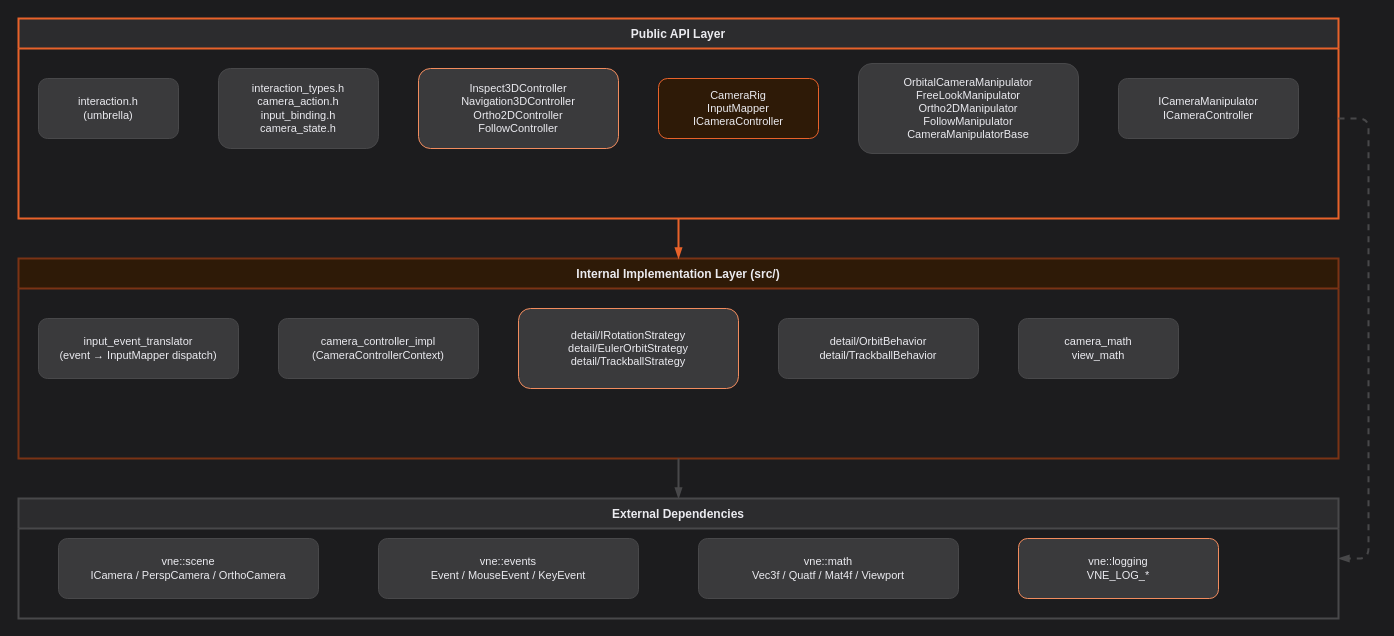
Earlier version of the draw.io diagram docs/vertexnova/interaction/diagrams/component.drawio (vertexnova/vneinteraction). Source tidied: cells renumbered, new cells numbered last; positions are measured from the earlier drawing's top-left corner, leaving out a move shared by most shapes. Both pictures are drawn from the tidied source at 100%, with x=0, y=0 at pixel (18, 18).
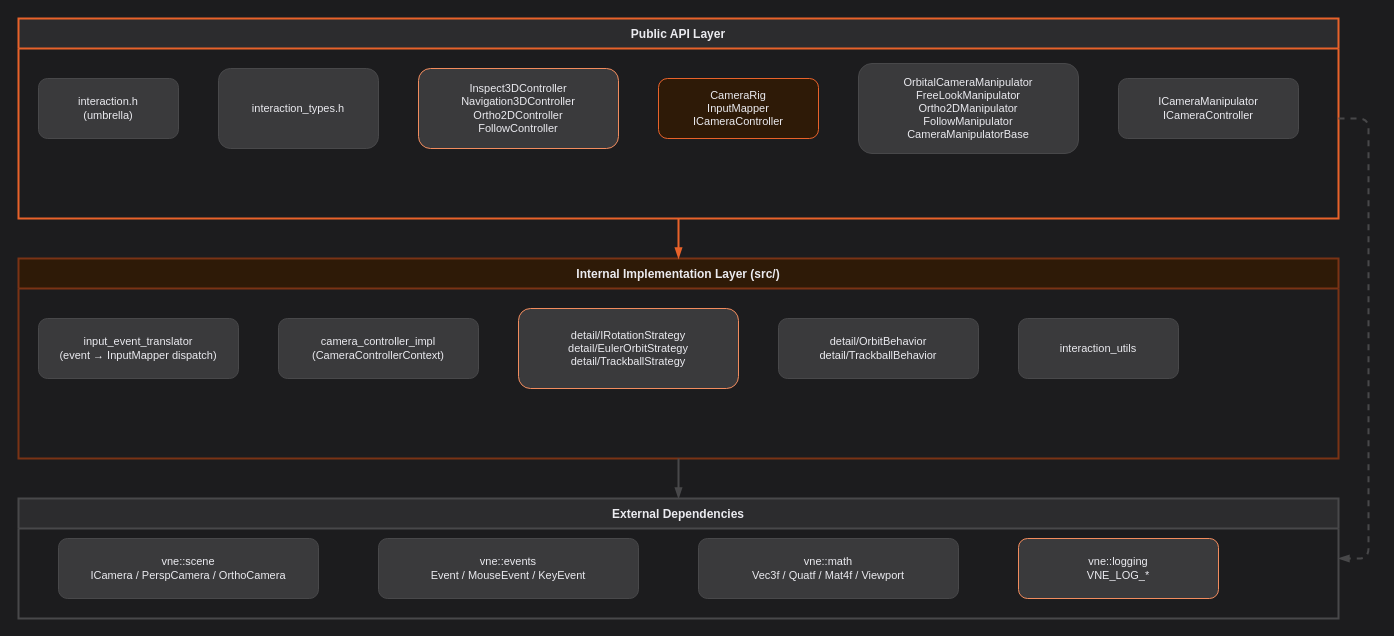
Above is the later version.

Unchanged cells that the change refers to:
```xml
<mxCell id="2" value="Public API Layer" style="swimlane;startSize=30;fillColor=#2C2C2E;strokeColor=#E8622A;strokeWidth=2;fontStyle=1;fontSize=12;fontColor=#EBEBF0;" parent="1" vertex="1">
  <mxGeometry width="1320" height="200" as="geometry" />
</mxCell>
<mxCell id="9" value="Internal Implementation Layer (src/)" style="swimlane;startSize=30;fillColor=#2E1A07;strokeColor=#7A3315;strokeWidth=2;fontStyle=1;fontSize=12;fontColor=#EBEBF0;" parent="1" vertex="1">
  <mxGeometry y="240" width="1320" height="200" as="geometry" />
</mxCell>
```

Diff of the diagram source:
```diff
@@
-    <mxCell id="4" value="interaction_types.h&#10;camera_action.h&#10;input_binding.h&#10;camera_state.h" style="rounded=1;whiteSpace=wrap;html=1;fillColor=#3A3A3C;strokeColor=#48484A;fontSize=11;fontColor=#EBEBF0;" parent="2" vertex="1">
+    <mxCell id="4" value="interaction_types.h" style="rounded=1;whiteSpace=wrap;html=1;fillColor=#3A3A3C;strokeColor=#48484A;fontSize=11;fontColor=#EBEBF0;" parent="2" vertex="1">
       <mxGeometry x="200" y="50" width="160" height="80" as="geometry" />
     </mxCell>
@@
-    <mxCell id="14" value="camera_math&#10;view_math" style="rounded=1;whiteSpace=wrap;html=1;fillColor=#3A3A3C;strokeColor=#48484A;fontSize=11;fontColor=#EBEBF0;" parent="9" vertex="1">
+    <mxCell id="14" value="interaction_utils" style="rounded=1;whiteSpace=wrap;html=1;fillColor=#3A3A3C;strokeColor=#48484A;fontSize=11;fontColor=#EBEBF0;" parent="9" vertex="1">
       <mxGeometry x="1000" y="60" width="160" height="60" as="geometry" />
     </mxCell>
```
